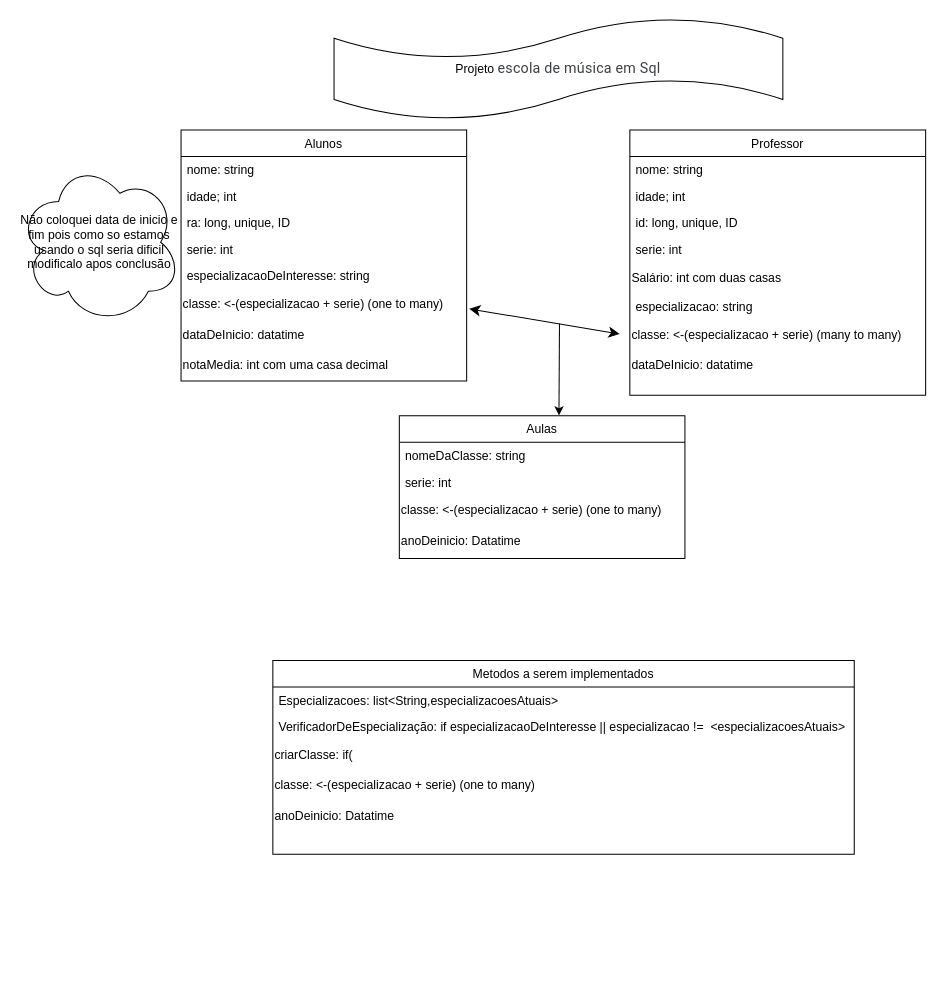
Above: Diagrama sem nome.drawio in FabricioJS-ZUP/Transformando-ideias-em-modelos- (draw.io), before the change. Source tidied: cells renumbered, new cells numbered last; positions are measured from the earlier drawing's top-left corner, leaving out a move shared by most shapes. Both pictures are drawn from the tidied source at 102%, with x=0, y=0 at pixel (17, 17).
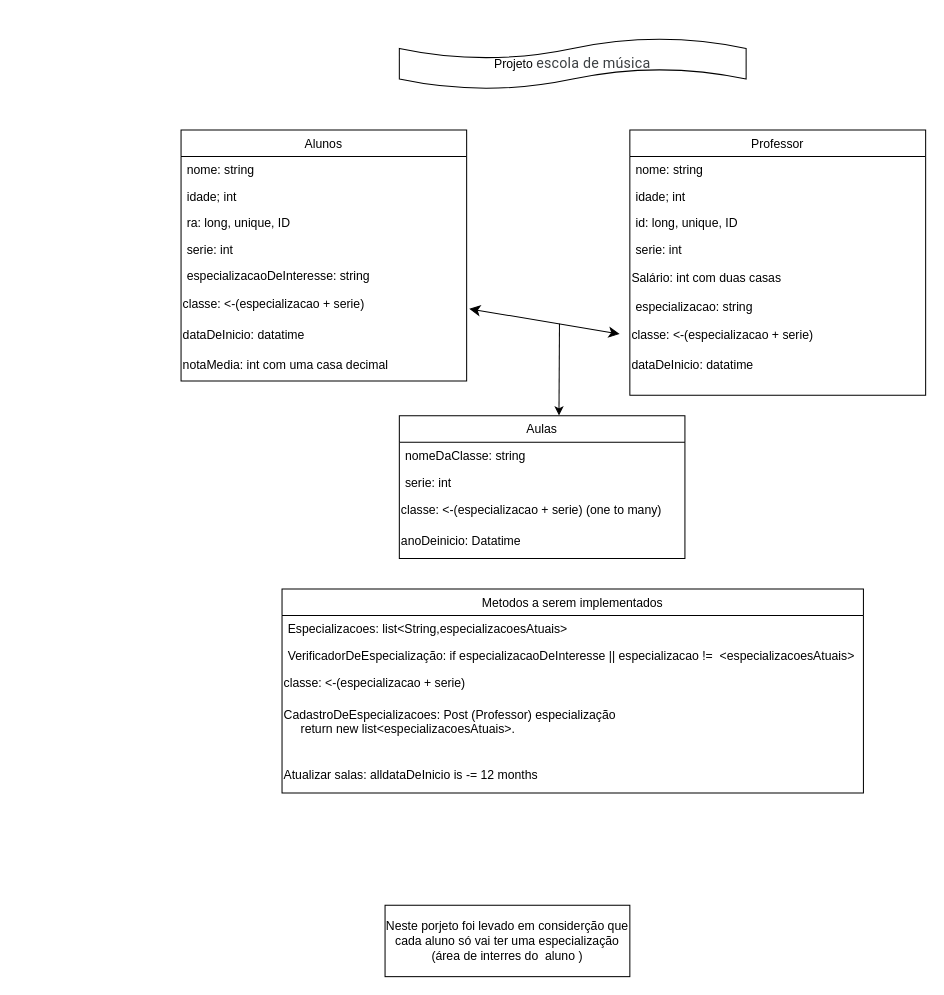
The same page after the edit.

Unchanged cells that the change refers to:
```xml
<mxCell id="2" value="Alunos" style="swimlane;fontStyle=0;align=center;verticalAlign=top;horizontal=1;startSize=26;rounded=0;shadow=0;strokeWidth=1;" parent="1" vertex="1">
  <mxGeometry x="160" y="110" width="280" height="246" as="geometry" />
</mxCell>
<mxCell id="11" value="Professor" style="swimlane;fontStyle=0;align=center;verticalAlign=top;horizontal=1;startSize=26;rounded=0;shadow=0;strokeWidth=1;" parent="1" vertex="1">
  <mxGeometry x="600" y="110" width="290" height="260" as="geometry" />
</mxCell>
```

Diff of the diagram source:
```diff
@@
-    <mxCell id="8" value="classe: &amp;lt;-(especializacao + serie) (one to many)" style="text;html=1;align=left;verticalAlign=middle;points=[];strokeColor=none;fillColor=none;" parent="2" vertex="1">
+    <mxCell id="8" value="classe: &amp;lt;-(especializacao + serie)&amp;nbsp;" style="text;html=1;align=left;verticalAlign=middle;points=[];strokeColor=none;fillColor=none;" parent="2" vertex="1">
       <mxGeometry y="156" width="280" height="30" as="geometry" />
     </mxCell>
@@
-    <mxCell id="18" value="classe: &amp;lt;-(especializacao + serie) (many to many)" style="text;html=1;align=left;verticalAlign=middle;strokeColor=none;fillColor=none;" parent="11" vertex="1">
+    <mxCell id="18" value="classe: &amp;lt;-(especializacao + serie)&amp;nbsp;" style="text;html=1;align=left;verticalAlign=middle;strokeColor=none;fillColor=none;" parent="11" vertex="1">
       <mxGeometry y="186" width="290" height="30" as="geometry" />
     </mxCell>
@@
-    <mxCell id="20" value="Não coloquei data de inicio e fim pois como so estamos usando o sql seria dificil modificalo apos conclusão" style="ellipse;shape=cloud;whiteSpace=wrap;html=1;" parent="1" vertex="1">
-      <mxGeometry y="140" width="160" height="160" as="geometry" />
-    </mxCell>
@@
-    <mxCell id="28" value="Projeto&amp;nbsp;&lt;span style=&quot;color: rgb(60, 64, 67); font-family: Roboto, Arial, sans-serif; font-size: 14px; letter-spacing: 0.2px; text-align: start;&quot;&gt;escola de música em Sql&lt;/span&gt;" style="shape=tape;whiteSpace=wrap;html=1;" parent="1" vertex="1">
-      <mxGeometry x="310" width="440" height="100" as="geometry" />
+    <mxCell id="28" value="Projeto&amp;nbsp;&lt;span style=&quot;color: rgb(60, 64, 67); font-family: Roboto, Arial, sans-serif; font-size: 14px; letter-spacing: 0.2px; text-align: start;&quot;&gt;escola de música&lt;/span&gt;" style="shape=tape;whiteSpace=wrap;html=1;" parent="1" vertex="1">
+      <mxGeometry x="374" y="20" width="340" height="50" as="geometry" />
     </mxCell>
     <mxCell id="29" value="Metodos a serem implementados" style="swimlane;fontStyle=0;align=center;verticalAlign=top;horizontal=1;startSize=26;rounded=0;shadow=0;strokeWidth=1;" parent="1" vertex="1">
-      <mxGeometry x="250" y="630" width="570" height="190" as="geometry" />
+      <mxGeometry x="259" y="560" width="570" height="200" as="geometry" />
     </mxCell>
@@
-    <mxCell id="32" value="criarClasse: if(" style="text;html=1;align=left;verticalAlign=middle;strokeColor=none;fillColor=none;" parent="29" vertex="1">
-      <mxGeometry y="78" width="570" height="30" as="geometry" />
-    </mxCell>
-    <mxCell id="33" value="classe: &amp;lt;-(especializacao + serie) (one to many)" style="text;html=1;align=left;verticalAlign=middle;strokeColor=none;fillColor=none;" parent="29" vertex="1">
-      <mxGeometry y="108" width="570" height="30" as="geometry" />
+    <mxCell id="33" value="classe: &amp;lt;-(especializacao + serie)&amp;nbsp;" style="text;html=1;align=left;verticalAlign=middle;strokeColor=none;fillColor=none;" parent="29" vertex="1">
+      <mxGeometry y="78" width="570" height="30" as="geometry" />
     </mxCell>
-    <mxCell id="34" value="anoDeinicio: Datatime" style="text;html=1;align=left;verticalAlign=middle;strokeColor=none;fillColor=none;" parent="29" vertex="1">
-      <mxGeometry y="138" width="570" height="30" as="geometry" />
+    <mxCell id="34" value="CadastroDeEspecializacoes: Post (&lt;span style=&quot;text-align: center;&quot;&gt;Professor) especialização&lt;/span&gt;&lt;div&gt;&lt;span style=&quot;text-align: center;&quot;&gt;&amp;nbsp; &amp;nbsp; &amp;nbsp;return new list&amp;lt;&lt;/span&gt;&lt;span style=&quot;background-color: transparent; color: light-dark(rgb(0, 0, 0), rgb(255, 255, 255));&quot;&gt;especializacoesAtuais&lt;/span&gt;&lt;span style=&quot;text-align: center; background-color: transparent; color: light-dark(rgb(0, 0, 0), rgb(255, 255, 255));&quot;&gt;&amp;gt;.&lt;/span&gt;&lt;/div&gt;&lt;div&gt;&lt;span style=&quot;text-align: center; background-color: transparent; color: light-dark(rgb(0, 0, 0), rgb(255, 255, 255));&quot;&gt;&lt;br&gt;&lt;/span&gt;&lt;/div&gt;" style="text;html=1;align=left;verticalAlign=middle;strokeColor=none;fillColor=none;" parent="29" vertex="1">
+      <mxGeometry y="108" width="570" height="60" as="geometry" />
     </mxCell>
+    <mxCell id="35" value="Atualizar salas: alldataDeInicio is -= 12 months" style="text;html=1;align=left;verticalAlign=middle;strokeColor=none;fillColor=none;" parent="29" vertex="1">
+      <mxGeometry y="168" width="570" height="30" as="geometry" />
+    </mxCell>
+    <mxCell id="36" value="Neste porjeto foi levado em considerção que cada aluno só vai ter uma especialização (área de interres do&amp;nbsp; aluno )" style="whiteSpace=wrap;html=1;" parent="1" vertex="1">
+      <mxGeometry x="360" y="870" width="240" height="70" as="geometry" />
+    </mxCell>
```
